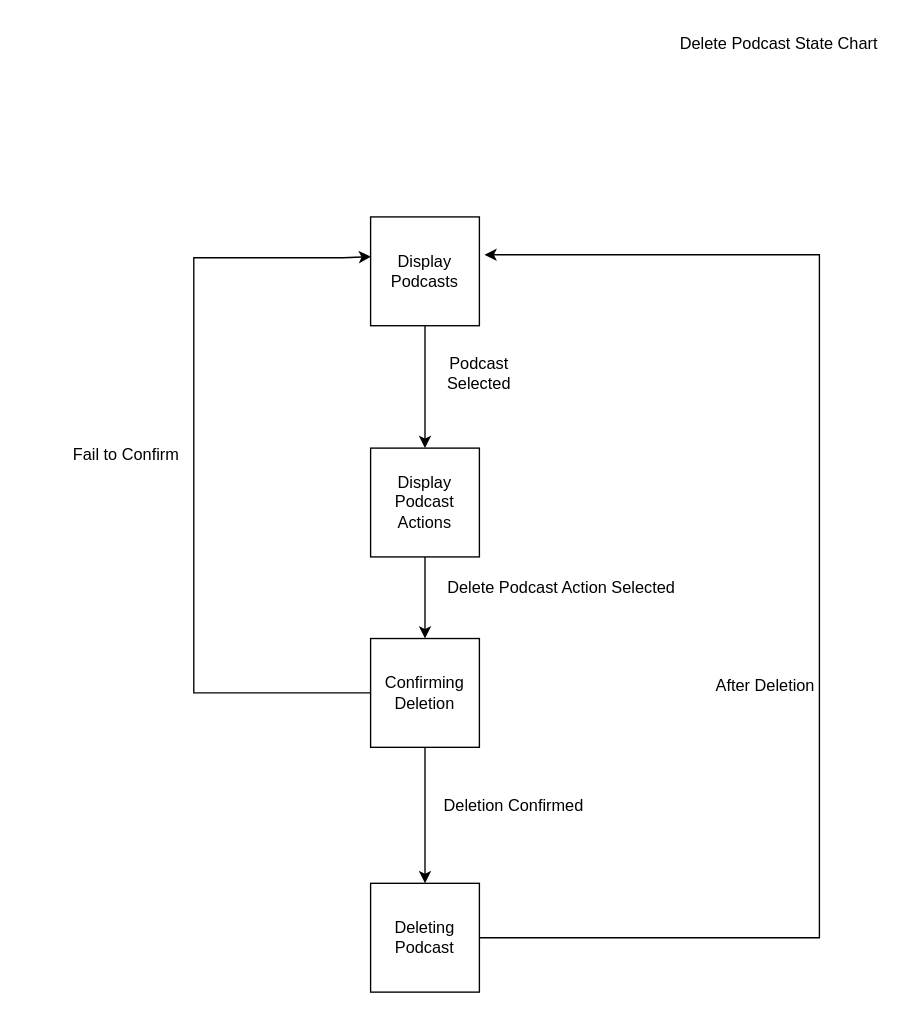
Above: D6a-Statecharts/delete_podcast_statechart.drawio in Glizzus/COMP-3700 (draw.io), before the change. Source tidied: cells renumbered, new cells numbered last; positions are measured from the earlier drawing's top-left corner, leaving out a move shared by most shapes. Both pictures are drawn from the tidied source at 136%, with x=0, y=0 at pixel (57, 23).
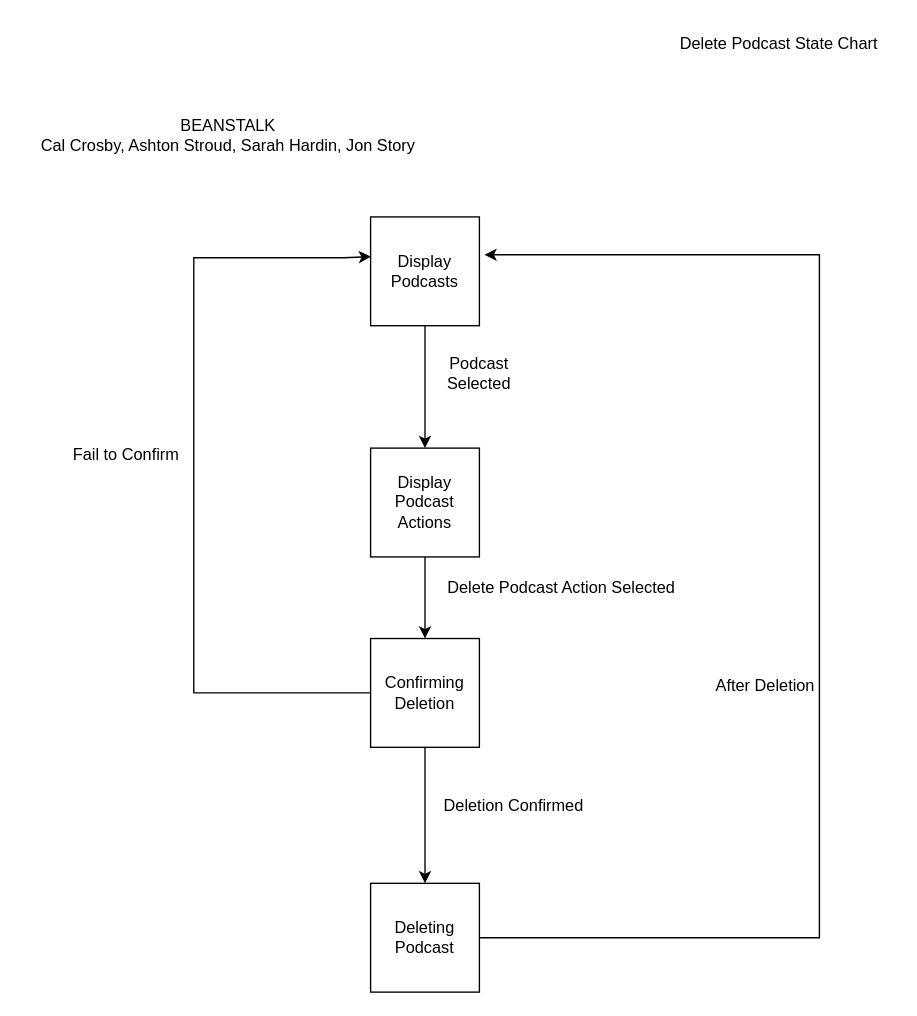
The same page after the edit.

Change to the diagram source:
```diff
@@
+    <mxCell id="17" value="BEANSTALK&lt;br&gt;Cal Crosby, Ashton Stroud, Sarah Hardin, Jon Story" style="text;html=1;align=center;verticalAlign=middle;strokeColor=none;fillColor=none;" parent="1" vertex="1">
+      <mxGeometry x="-25" y="62" width="300" height="40" as="geometry" />
+    </mxCell>
```
